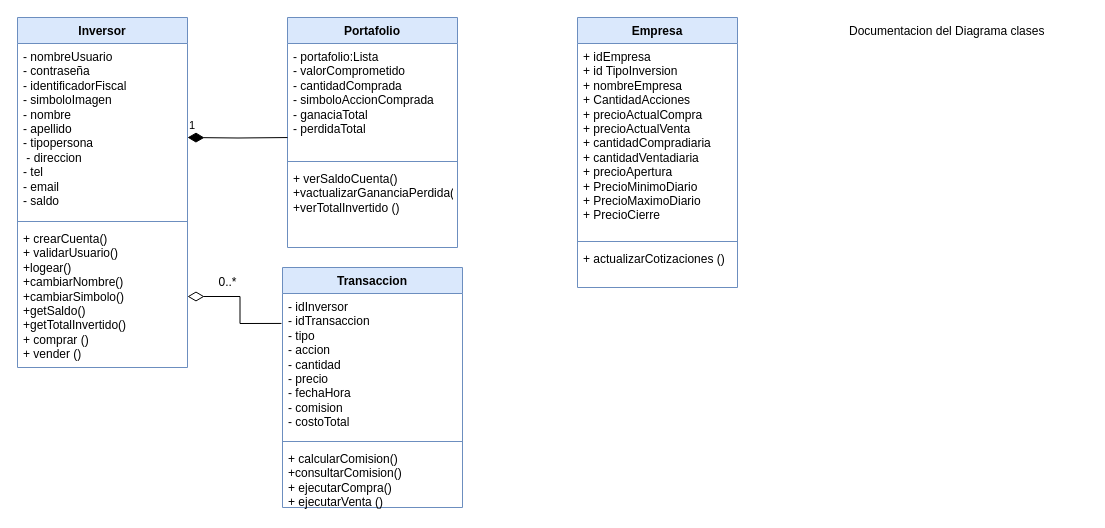
Before: page "Página-2" (2 of 2) of Documentación/Diagrama-de-Clases.drawio in INNOVAcodersISPC/ARGBroker, a draw.io diagram. Source tidied: cells renumbered, new cells numbered last; positions are measured from the earlier drawing's top-left corner, leaving out a move shared by most shapes. Both pictures are drawn from the tidied source at 100%, with x=0, y=0 at pixel (17, 17).
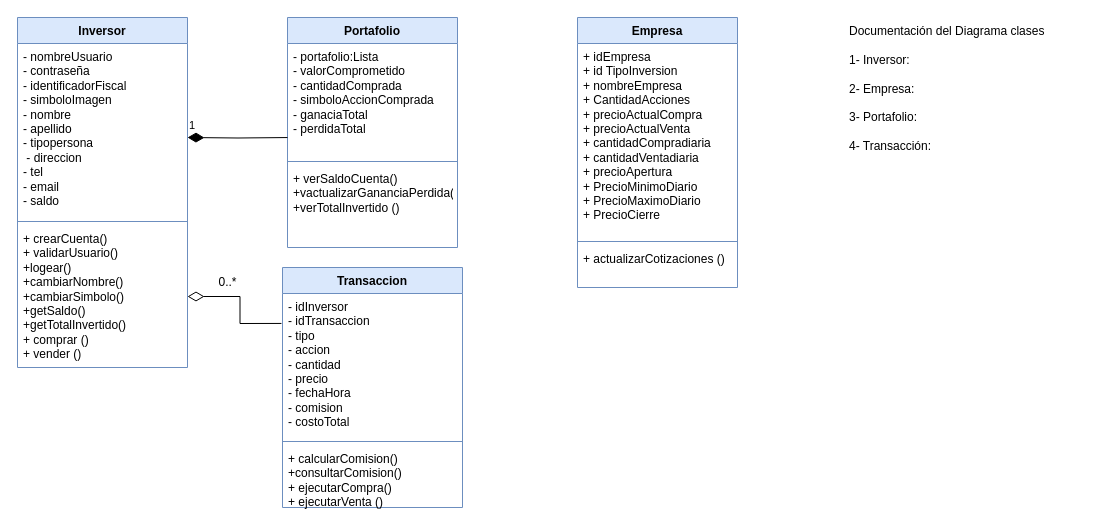
Above is the later version.

Change to the diagram source:
```diff
@@
-    <mxCell id="18" value="Documentacion del Diagrama clases" style="text;whiteSpace=wrap;html=1;" parent="1" vertex="1">
-      <mxGeometry x="830" width="240" height="40" as="geometry" />
+    <mxCell id="18" value="Documentación del Diagrama clases&lt;div&gt;&lt;br&gt;&lt;/div&gt;&lt;div&gt;1- Inversor:&lt;/div&gt;&lt;div&gt;&lt;br&gt;&lt;/div&gt;&lt;div&gt;2- Empresa:&lt;/div&gt;&lt;div&gt;&lt;br&gt;&lt;/div&gt;&lt;div&gt;3- Portafolio:&lt;/div&gt;&lt;div&gt;&lt;br&gt;&lt;/div&gt;&lt;div&gt;4- Transacción:&amp;nbsp;&lt;/div&gt;" style="text;whiteSpace=wrap;html=1;" parent="1" vertex="1">
+      <mxGeometry x="830" width="230" height="140" as="geometry" />
     </mxCell>
```
